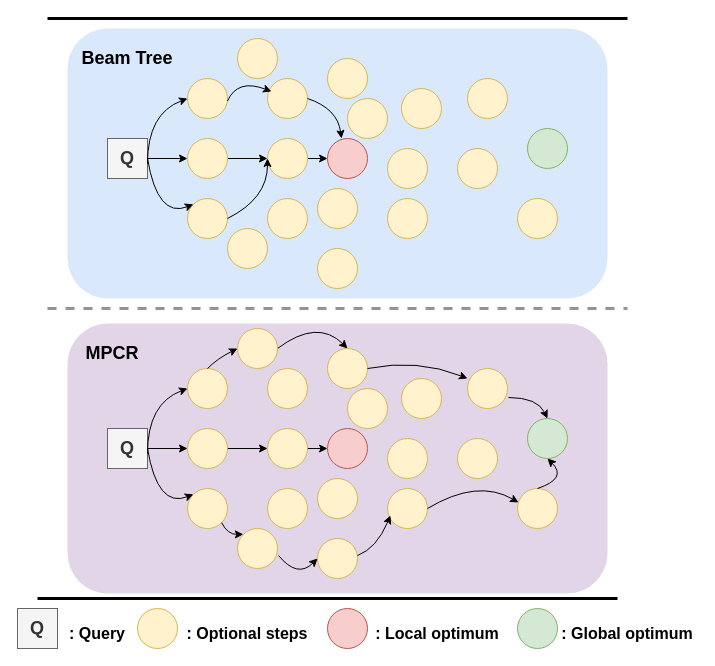
zty-king/zty-king keeps this draw.io diagram as drawio_images/Beam_tree_with_MPCR.drawio. Above is the earlier version. Source tidied: cells renumbered, new cells numbered last; positions are measured from the earlier drawing's top-left corner, leaving out a move shared by most shapes. Both pictures are drawn from the tidied source at 100%, with x=0, y=0 at pixel (17, 18).
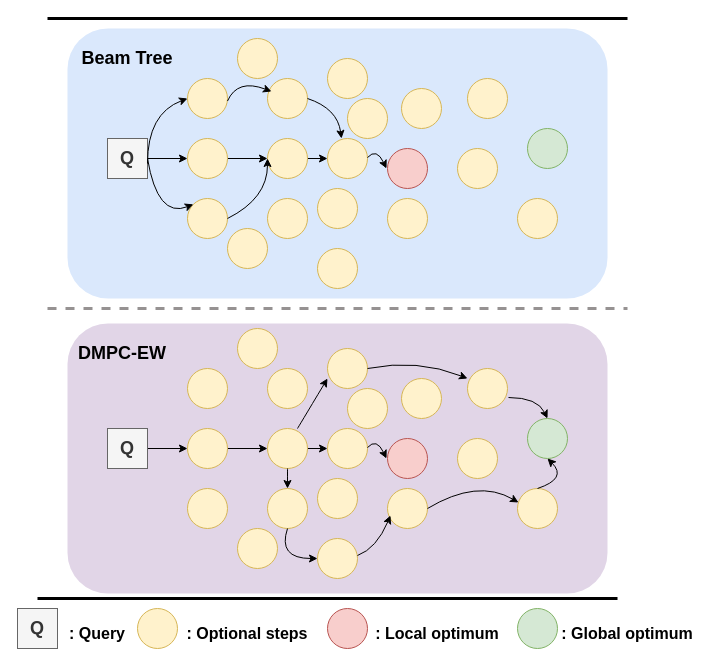
The same page after the edit.

The change refers to these unchanged cells:
```xml
<mxCell id="34" value="&lt;font style=&quot;font-size: 18px;&quot;&gt;&lt;b&gt;Q&lt;/b&gt;&lt;/font&gt;" style="rounded=0;whiteSpace=wrap;html=1;fillColor=#f5f5f5;fontColor=#333333;strokeColor=#666666;" parent="1" vertex="1">
  <mxGeometry x="90" y="410" width="40" height="40" as="geometry" />
</mxCell>
<mxCell id="35" style="ellipse;whiteSpace=wrap;html=1;fillColor=#fff2cc;strokeColor=#d6b656;" parent="1" vertex="1">
  <mxGeometry x="170" y="350" width="40" height="40" as="geometry" />
</mxCell>
<mxCell id="39" style="ellipse;whiteSpace=wrap;html=1;fillColor=#fff2cc;strokeColor=#d6b656;" parent="1" vertex="1">
  <mxGeometry x="170" y="410" width="40" height="40" as="geometry" />
</mxCell>
<mxCell id="45" style="ellipse;whiteSpace=wrap;html=1;fillColor=#fff2cc;strokeColor=#d6b656;" parent="1" vertex="1">
  <mxGeometry x="170" y="470" width="40" height="40" as="geometry" />
</mxCell>
<mxCell id="48" style="ellipse;whiteSpace=wrap;html=1;fillColor=#fff2cc;strokeColor=#d6b656;" parent="1" vertex="1">
  <mxGeometry x="310" y="330" width="40" height="40" as="geometry" />
</mxCell>
<mxCell id="50" style="ellipse;whiteSpace=wrap;html=1;fillColor=#fff2cc;strokeColor=#d6b656;" parent="1" vertex="1">
  <mxGeometry x="250" y="470" width="40" height="40" as="geometry" />
</mxCell>
<mxCell id="54" style="ellipse;whiteSpace=wrap;html=1;fillColor=#fff2cc;strokeColor=#d6b656;" parent="1" vertex="1">
  <mxGeometry x="250" y="410" width="40" height="40" as="geometry" />
</mxCell>
<mxCell id="56" style="ellipse;whiteSpace=wrap;html=1;fillColor=#fff2cc;strokeColor=#d6b656;" parent="1" vertex="1">
  <mxGeometry x="220" y="310" width="40" height="40" as="geometry" />
</mxCell>
<mxCell id="57" style="ellipse;whiteSpace=wrap;html=1;fillColor=#fff2cc;strokeColor=#d6b656;" parent="1" vertex="1">
  <mxGeometry x="220" y="510" width="40" height="40" as="geometry" />
</mxCell>
<mxCell id="58" style="ellipse;whiteSpace=wrap;html=1;fillColor=#fff2cc;strokeColor=#d6b656;" parent="1" vertex="1">
  <mxGeometry x="300" y="520" width="40" height="40" as="geometry" />
</mxCell>
```

Diff of the diagram source:
```diff
@@
-    <mxCell id="8" style="ellipse;whiteSpace=wrap;html=1;fillColor=#f8cecc;strokeColor=#b85450;" parent="1" vertex="1">
+    <mxCell id="8" style="ellipse;whiteSpace=wrap;html=1;fillColor=#fff2cc;strokeColor=#d6b656;" parent="1" vertex="1">
       <mxGeometry x="310" y="120" width="40" height="40" as="geometry" />
     </mxCell>
@@
-    <mxCell id="11" style="ellipse;whiteSpace=wrap;html=1;fillColor=#fff2cc;strokeColor=#d6b656;" parent="1" vertex="1">
+    <mxCell id="11" style="ellipse;whiteSpace=wrap;html=1;fillColor=#f8cecc;strokeColor=#b85450;" parent="1" vertex="1">
       <mxGeometry x="370" y="130" width="40" height="40" as="geometry" />
     </mxCell>
@@
-    <mxCell id="33" style="edgeStyle=orthogonalEdgeStyle;rounded=0;jettySize=auto;html=1;" parent="1" edge="1" source="34" target="39">
+    <mxCell id="33" style="edgeStyle=orthogonalEdgeStyle;rounded=0;jettySize=auto;html=1;exitX=1;exitY=0.5;exitDx=0;exitDy=0;entryX=0;entryY=0.5;entryDx=0;entryDy=0;" parent="1" edge="1" source="34" target="39">
       <mxGeometry relative="1" as="geometry" />
     </mxCell>
@@
-    <mxCell id="37" style="ellipse;whiteSpace=wrap;html=1;fillColor=#f8cecc;strokeColor=#b85450;" parent="1" vertex="1">
+    <mxCell id="37" style="ellipse;whiteSpace=wrap;html=1;fillColor=#fff2cc;strokeColor=#d6b656;" parent="1" vertex="1">
       <mxGeometry x="310" y="410" width="40" height="40" as="geometry" />
     </mxCell>
@@
-    <mxCell id="40" style="ellipse;whiteSpace=wrap;html=1;fillColor=#fff2cc;strokeColor=#d6b656;" parent="1" vertex="1">
+    <mxCell id="40" style="ellipse;whiteSpace=wrap;html=1;fillColor=#f8cecc;strokeColor=#b85450;" parent="1" vertex="1">
       <mxGeometry x="370" y="420" width="40" height="40" as="geometry" />
     </mxCell>
@@
-    <mxCell id="46" style="curved=1;endArrow=classic;html=1;rounded=0;entryX=0;entryY=0.5;entryDx=0;entryDy=0;" parent="1" edge="1" target="35">
-      <mxGeometry relative="1" as="geometry">
-        <mxPoint x="130" y="435" as="sourcePoint" />
-        <Array as="points">
-          <mxPoint x="130" y="385" />
-        </Array>
-      </mxGeometry>
-    </mxCell>
-    <mxCell id="47" style="curved=1;endArrow=classic;html=1;rounded=0;entryX=0;entryY=0.5;entryDx=0;entryDy=0;exitX=0.5;exitY=0;exitDx=0;exitDy=0;" parent="1" edge="1" source="35" target="56">
-      <mxGeometry relative="1" as="geometry">
-        <Array as="points">
-          <mxPoint x="200" y="340" />
-        </Array>
-      </mxGeometry>
-    </mxCell>
@@
-    <mxCell id="52" style="curved=1;endArrow=classic;html=1;rounded=0;entryX=0;entryY=0;entryDx=0;entryDy=0;exitX=1;exitY=0.5;exitDx=0;exitDy=0;" parent="1" edge="1" source="34" target="45">
-      <mxGeometry relative="1" as="geometry">
-        <Array as="points">
-          <mxPoint x="140" y="490" />
-        </Array>
-      </mxGeometry>
-    </mxCell>
@@
-    <mxCell id="55" style="curved=1;endArrow=classic;html=1;rounded=0;entryX=0.5;entryY=0;entryDx=0;entryDy=0;exitX=1;exitY=0.5;exitDx=0;exitDy=0;" parent="1" edge="1" source="56" target="48">
-      <mxGeometry relative="1" as="geometry">
-        <Array as="points">
-          <mxPoint x="300" y="300" />
-        </Array>
-      </mxGeometry>
-    </mxCell>
@@
-    <mxCell id="61" style="curved=1;endArrow=classic;html=1;rounded=0;entryX=0;entryY=0;entryDx=0;entryDy=0;exitX=1;exitY=1;exitDx=0;exitDy=0;" parent="1" edge="1" source="45" target="57">
-      <mxGeometry relative="1" as="geometry">
-        <Array as="points">
-          <mxPoint x="210" y="516" />
-        </Array>
-      </mxGeometry>
-    </mxCell>
-    <mxCell id="62" style="curved=1;endArrow=classic;html=1;rounded=0;entryX=0;entryY=0.5;entryDx=0;entryDy=0;exitX=1.025;exitY=0.675;exitDx=0;exitDy=0;exitPerimeter=0;" parent="1" edge="1" source="57" target="58">
-      <mxGeometry relative="1" as="geometry">
-        <Array as="points">
-          <mxPoint x="280" y="560" />
-        </Array>
-      </mxGeometry>
-    </mxCell>
@@
-    <mxCell id="77" value="&lt;b&gt;&lt;font style=&quot;font-size: 18px;&quot;&gt;MPCR&lt;/font&gt;&lt;/b&gt;" style="text;html=1;whiteSpace=wrap;strokeColor=none;fillColor=none;align=center;verticalAlign=middle;rounded=0;" parent="1" vertex="1">
-      <mxGeometry x="40" y="320" width="110" height="30" as="geometry" />
+    <mxCell id="77" value="&lt;b&gt;&lt;font style=&quot;font-size: 18px;&quot;&gt;DMPC-EW&lt;/font&gt;&lt;/b&gt;" style="text;html=1;whiteSpace=wrap;strokeColor=none;fillColor=none;align=center;verticalAlign=middle;rounded=0;" parent="1" vertex="1">
+      <mxGeometry x="50" y="320" width="110" height="30" as="geometry" />
     </mxCell>
@@
+    <mxCell id="81" style="curved=1;endArrow=classic;html=1;rounded=0;" parent="1" edge="1">
+      <mxGeometry relative="1" as="geometry">
+        <mxPoint x="280" y="410" as="sourcePoint" />
+        <mxPoint x="310" y="360" as="targetPoint" />
+        <Array as="points">
+          <mxPoint x="310" y="360" />
+        </Array>
+      </mxGeometry>
+    </mxCell>
+    <mxCell id="82" style="curved=1;endArrow=classic;html=1;rounded=0;exitX=0.5;exitY=1;exitDx=0;exitDy=0;entryX=0.5;entryY=0;entryDx=0;entryDy=0;" parent="1" edge="1" source="54" target="50">
+      <mxGeometry relative="1" as="geometry" />
+    </mxCell>
+    <mxCell id="83" style="curved=1;endArrow=classic;html=1;rounded=0;entryX=0;entryY=0.5;entryDx=0;entryDy=0;exitX=0.5;exitY=1;exitDx=0;exitDy=0;" parent="1" edge="1" source="50" target="58">
+      <mxGeometry relative="1" as="geometry">
+        <Array as="points">
+          <mxPoint x="260" y="540" />
+        </Array>
+      </mxGeometry>
+    </mxCell>
+    <mxCell id="84" style="curved=1;endArrow=classic;html=1;rounded=0;entryX=0.5;entryY=0;entryDx=0;entryDy=0;" parent="1" edge="1">
+      <mxGeometry relative="1" as="geometry">
+        <mxPoint x="350" y="429" as="sourcePoint" />
+        <mxPoint x="369" y="440" as="targetPoint" />
+        <Array as="points">
+          <mxPoint x="359" y="419" />
+        </Array>
+      </mxGeometry>
+    </mxCell>
+    <mxCell id="85" style="curved=1;endArrow=classic;html=1;rounded=0;entryX=0.5;entryY=0;entryDx=0;entryDy=0;" parent="1" edge="1">
+      <mxGeometry relative="1" as="geometry">
+        <mxPoint x="350" y="139" as="sourcePoint" />
+        <mxPoint x="369" y="150" as="targetPoint" />
+        <Array as="points">
+          <mxPoint x="359" y="129" />
+        </Array>
+      </mxGeometry>
+    </mxCell>
```
